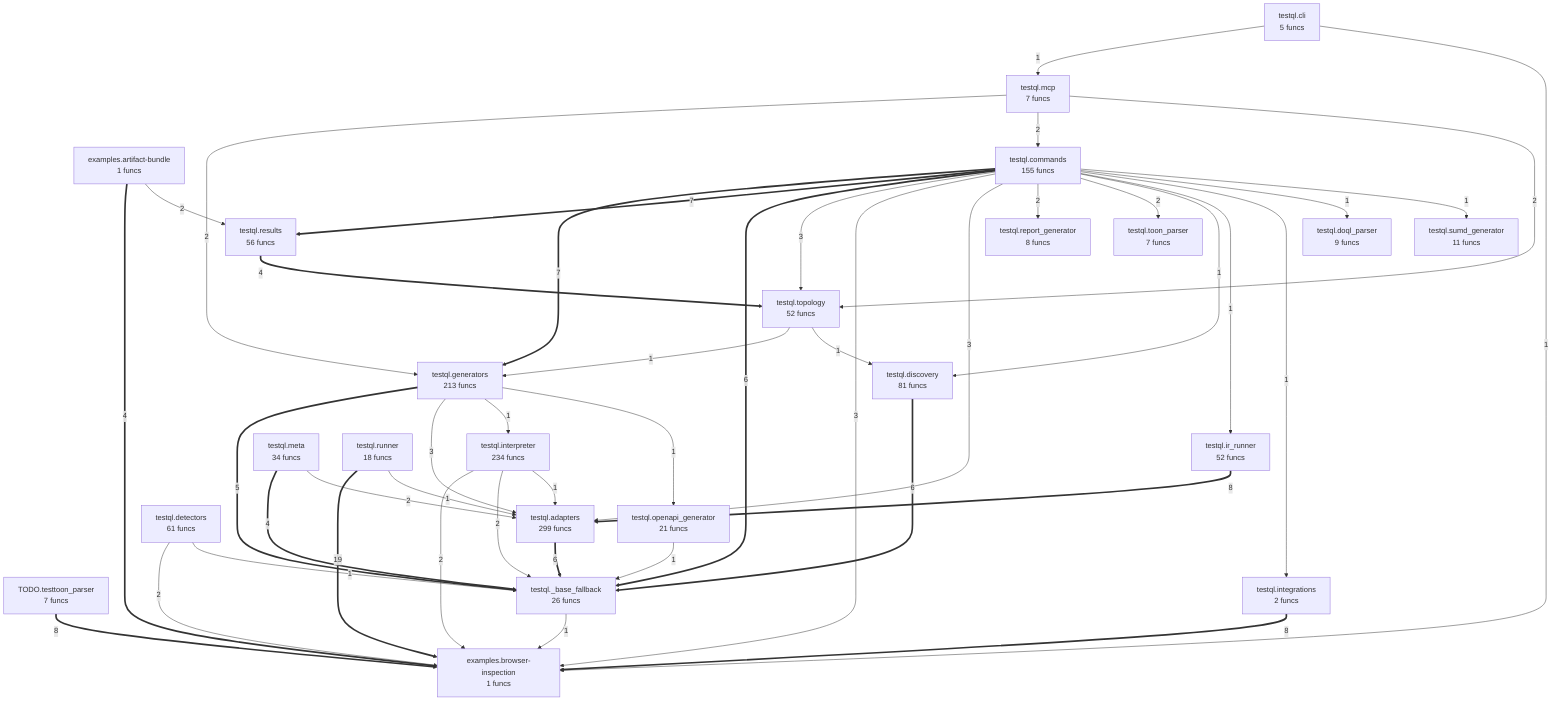
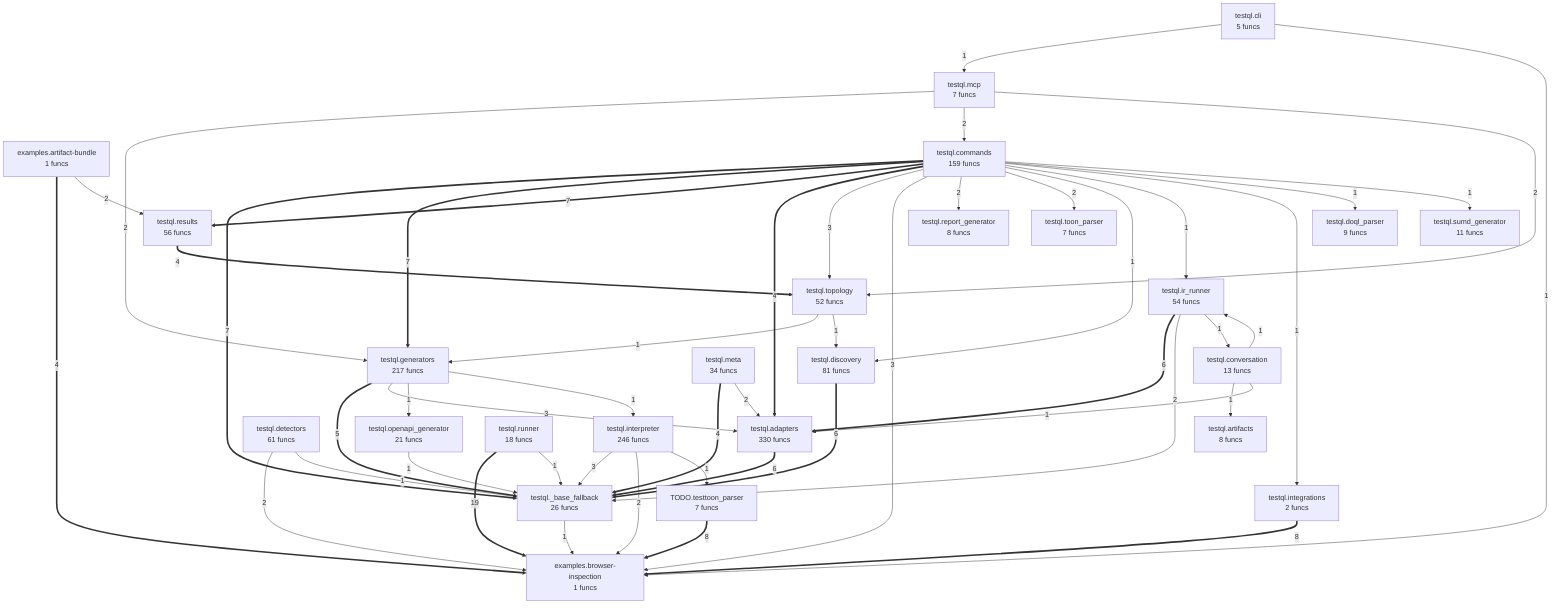
flowchart TD
- %% generated in 0.06s
+ %% generated in 0.03s
    TODO__testtoon_parser["TODO.testtoon_parser<br/>7 funcs"]
    examples__artifact_bundle["examples.artifact-bundle<br/>1 funcs"]
    examples__browser_inspection["examples.browser-inspection<br/>1 funcs"]
    testql___base_fallback["testql._base_fallback<br/>26 funcs"]
-     testql__adapters["testql.adapters<br/>299 funcs"]
+     testql__adapters["testql.adapters<br/>330 funcs"]
+     testql__artifacts["testql.artifacts<br/>8 funcs"]
    testql__cli["testql.cli<br/>5 funcs"]
-     testql__commands["testql.commands<br/>155 funcs"]
+     testql__commands["testql.commands<br/>159 funcs"]
+     testql__conversation["testql.conversation<br/>13 funcs"]
    testql__detectors["testql.detectors<br/>61 funcs"]
    testql__discovery["testql.discovery<br/>81 funcs"]
    testql__doql_parser["testql.doql_parser<br/>9 funcs"]
-     testql__generators["testql.generators<br/>213 funcs"]
+     testql__generators["testql.generators<br/>217 funcs"]
    testql__integrations["testql.integrations<br/>2 funcs"]
-     testql__interpreter["testql.interpreter<br/>234 funcs"]
-     testql__ir_runner["testql.ir_runner<br/>52 funcs"]
+     testql__interpreter["testql.interpreter<br/>246 funcs"]
+     testql__ir_runner["testql.ir_runner<br/>54 funcs"]
    testql__mcp["testql.mcp<br/>7 funcs"]
    testql__meta["testql.meta<br/>34 funcs"]
    testql__openapi_generator["testql.openapi_generator<br/>21 funcs"]
    testql__report_generator["testql.report_generator<br/>8 funcs"]
    testql__results["testql.results<br/>56 funcs"]
    testql__runner["testql.runner<br/>18 funcs"]
    testql__sumd_generator["testql.sumd_generator<br/>11 funcs"]
    testql__toon_parser["testql.toon_parser<br/>7 funcs"]
    testql__topology["testql.topology<br/>52 funcs"]
    testql__runner ==>|19| examples__browser_inspection
    TODO__testtoon_parser ==>|8| examples__browser_inspection
-     testql__ir_runner ==>|8| testql__adapters
    testql__integrations ==>|8| examples__browser_inspection
+     testql__commands ==>|7| testql___base_fallback
    testql__commands ==>|7| testql__generators
    testql__commands ==>|7| testql__results
-     testql__commands ==>|6| testql___base_fallback
    testql__discovery ==>|6| testql___base_fallback
    testql__adapters ==>|6| testql___base_fallback
+     testql__ir_runner ==>|6| testql__adapters
    testql__generators ==>|5| testql___base_fallback
    examples__artifact_bundle ==>|4| examples__browser_inspection
+     testql__commands ==>|4| testql__adapters
    testql__results ==>|4| testql__topology
    testql__meta ==>|4| testql___base_fallback
    testql__commands -->|3| testql__topology
    testql__commands -->|3| examples__browser_inspection
-     testql__commands -->|3| testql__adapters
+     testql__interpreter -->|3| testql___base_fallback
    testql__generators -->|3| testql__adapters
    examples__artifact_bundle -->|2| testql__results
    testql__commands -->|2| testql__report_generator
    testql__commands -->|2| testql__toon_parser
    testql__interpreter -->|2| examples__browser_inspection
-     testql__interpreter -->|2| testql___base_fallback
    testql__mcp -->|2| testql__generators
    testql__mcp -->|2| testql__commands
    testql__mcp -->|2| testql__topology
    testql__meta -->|2| testql__adapters
    testql__detectors -->|2| examples__browser_inspection
+     testql__ir_runner -->|2| testql___base_fallback
+     testql__cli -->|1| testql__mcp
+     testql__cli -->|1| examples__browser_inspection
+     testql__runner -->|1| testql___base_fallback
+     testql__openapi_generator -->|1| testql___base_fallback
+     testql___base_fallback -->|1| examples__browser_inspection
    testql__commands -->|1| testql__discovery
    testql__commands -->|1| testql__ir_runner
-     testql__cli -->|1| testql__mcp
-     testql__cli -->|1| examples__browser_inspection
    testql__commands -->|1| testql__integrations
    testql__commands -->|1| testql__doql_parser
    testql__commands -->|1| testql__sumd_generator
-     testql__openapi_generator -->|1| testql___base_fallback
+     testql__interpreter -->|1| TODO__testtoon_parser
+     testql__conversation -->|1| testql__artifacts
+     testql__conversation -->|1| testql__adapters
+     testql__conversation -->|1| testql__ir_runner
+     testql__generators -->|1| testql__openapi_generator
    testql__generators -->|1| testql__interpreter
-     testql__generators -->|1| testql__openapi_generator
    testql__detectors -->|1| testql___base_fallback
-     testql__interpreter -->|1| testql__adapters
-     testql__runner -->|1| testql__adapters
+     testql__ir_runner -->|1| testql__conversation
    testql__topology -->|1| testql__generators
    testql__topology -->|1| testql__discovery
-     testql___base_fallback -->|1| examples__browser_inspection
